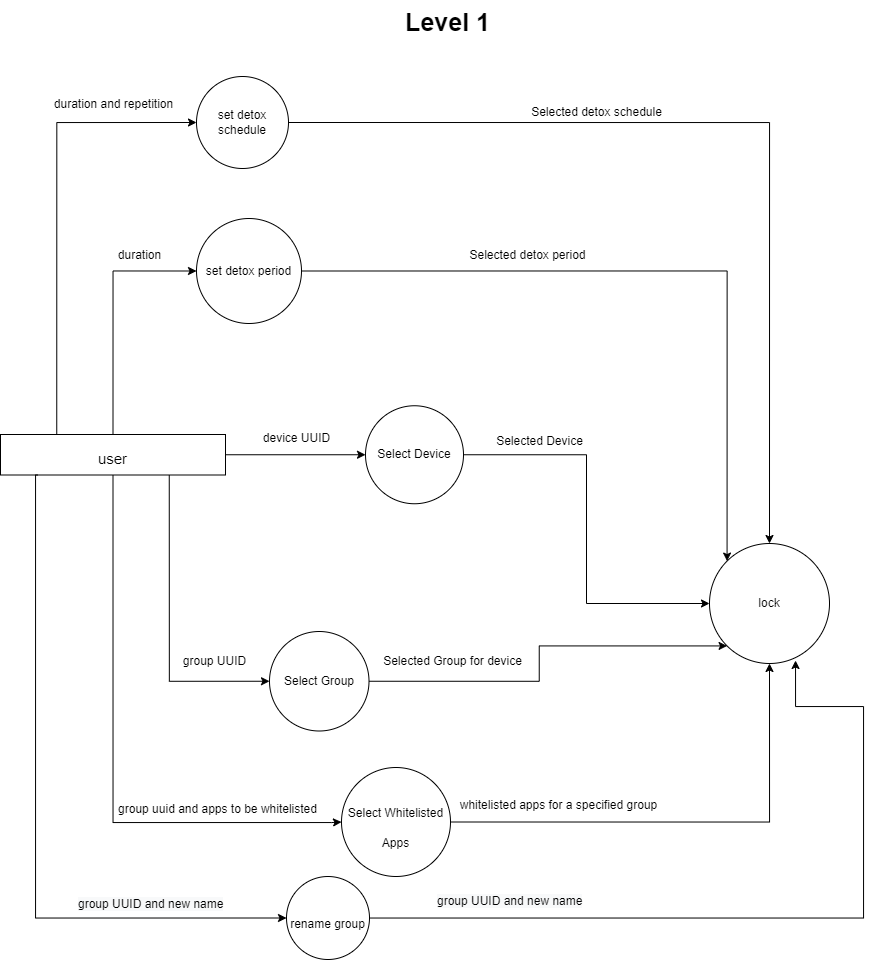
This is SRS/imgs/DFD-Data Flow Diagram level 1.drawio.png from mohamed-sallam/awb-docs, a draw.io export, as it was before one commit. Source tidied: cells renumbered, new cells last; positions are measured from the earlier drawing's top-left corner, leaving out a move shared by most shapes. The source it was exported from:
```xml
<mxGraphModel>
  <root>
    <mxCell id="0" />
    <mxCell id="1" parent="0" />
    <mxCell id="2" style="edgeStyle=orthogonalEdgeStyle;rounded=0;jettySize=auto;html=1;exitX=0.5;exitY=1;exitDx=0;exitDy=0;entryX=0;entryY=0.5;entryDx=0;entryDy=0;fontSize=12;" parent="1" edge="1" source="7" target="9">
      <mxGeometry relative="1" as="geometry">
        <Array as="points">
          <mxPoint x="113" y="822" />
          <mxPoint x="331" y="822" />
        </Array>
      </mxGeometry>
    </mxCell>
    <mxCell id="3" style="edgeStyle=orthogonalEdgeStyle;rounded=0;jettySize=auto;html=1;exitX=0.25;exitY=0;exitDx=0;exitDy=0;entryX=0;entryY=0.5;entryDx=0;entryDy=0;" parent="1" edge="1" source="7" target="16">
      <mxGeometry relative="1" as="geometry" />
    </mxCell>
    <mxCell id="4" style="edgeStyle=orthogonalEdgeStyle;rounded=0;jettySize=auto;html=1;exitX=0.5;exitY=0;exitDx=0;exitDy=0;entryX=0;entryY=0.5;entryDx=0;entryDy=0;" parent="1" edge="1" source="7" target="13">
      <mxGeometry relative="1" as="geometry" />
    </mxCell>
    <mxCell id="5" style="edgeStyle=orthogonalEdgeStyle;rounded=0;jettySize=auto;html=1;exitX=1;exitY=0.5;exitDx=0;exitDy=0;entryX=0;entryY=0.5;entryDx=0;entryDy=0;" parent="1" edge="1" source="7" target="21">
      <mxGeometry relative="1" as="geometry" />
    </mxCell>
    <mxCell id="6" style="edgeStyle=orthogonalEdgeStyle;rounded=0;jettySize=auto;html=1;exitX=0.75;exitY=1;exitDx=0;exitDy=0;entryX=0;entryY=0.5;entryDx=0;entryDy=0;" parent="1" edge="1" source="7" target="25">
      <mxGeometry relative="1" as="geometry" />
    </mxCell>
    <mxCell id="7" value="&lt;font style=&quot;font-size: 15px;&quot;&gt;user&lt;/font&gt;" style="rounded=0;whiteSpace=wrap;html=1;fontSize=25;" parent="1" vertex="1">
      <mxGeometry y="434" width="225" height="40.5" as="geometry" />
    </mxCell>
    <mxCell id="8" style="edgeStyle=orthogonalEdgeStyle;rounded=0;jettySize=auto;html=1;exitX=1;exitY=0.5;exitDx=0;exitDy=0;entryX=0.5;entryY=1;entryDx=0;entryDy=0;" parent="1" edge="1" source="9" target="11">
      <mxGeometry relative="1" as="geometry" />
    </mxCell>
    <mxCell id="9" value="&lt;span style=&quot;font-size: 12px;&quot;&gt;Select Whitelisted Apps&lt;/span&gt;" style="ellipse;whiteSpace=wrap;html=1;fontSize=25;align=center;" parent="1" vertex="1">
      <mxGeometry x="341" y="767" width="109" height="109" as="geometry" />
    </mxCell>
    <mxCell id="10" value="group uuid and apps to be whitelisted" style="text;html=1;align=center;verticalAlign=middle;strokeColor=none;fillColor=none;fontSize=12;" parent="1" vertex="1">
      <mxGeometry x="108" y="796" width="217" height="26" as="geometry" />
    </mxCell>
    <mxCell id="11" value="lock" style="ellipse;whiteSpace=wrap;html=1;fontSize=12;" parent="1" vertex="1">
      <mxGeometry x="709" y="543" width="120" height="120" as="geometry" />
    </mxCell>
    <mxCell id="12" style="edgeStyle=orthogonalEdgeStyle;rounded=0;jettySize=auto;html=1;exitX=1;exitY=0.5;exitDx=0;exitDy=0;entryX=0;entryY=0;entryDx=0;entryDy=0;" parent="1" edge="1" source="13" target="11">
      <mxGeometry relative="1" as="geometry" />
    </mxCell>
    <mxCell id="13" value="set detox period" style="ellipse;whiteSpace=wrap;html=1;fontSize=12;" parent="1" vertex="1">
      <mxGeometry x="196" y="218" width="105" height="105" as="geometry" />
    </mxCell>
    <mxCell id="14" value="whitelisted apps for a specified group" style="text;html=1;align=center;verticalAlign=middle;strokeColor=none;fillColor=none;fontSize=12;" parent="1" vertex="1">
      <mxGeometry x="450" y="792" width="215" height="26" as="geometry" />
    </mxCell>
    <mxCell id="15" style="edgeStyle=orthogonalEdgeStyle;rounded=0;jettySize=auto;html=1;exitX=1;exitY=0.5;exitDx=0;exitDy=0;entryX=0.5;entryY=0;entryDx=0;entryDy=0;" parent="1" edge="1" source="16" target="11">
      <mxGeometry relative="1" as="geometry" />
    </mxCell>
    <mxCell id="16" value="set detox schedule" style="ellipse;whiteSpace=wrap;html=1;fontSize=12;" parent="1" vertex="1">
      <mxGeometry x="196" y="76" width="92" height="92" as="geometry" />
    </mxCell>
    <mxCell id="17" value="&lt;b&gt;&lt;font style=&quot;font-size: 25px;&quot;&gt;Level 1&lt;/font&gt;&lt;/b&gt;" style="text;html=1;align=center;verticalAlign=middle;strokeColor=none;fillColor=none;" parent="1" vertex="1">
      <mxGeometry x="395" width="103" height="42" as="geometry" />
    </mxCell>
    <mxCell id="18" value="duration and repetition" style="text;html=1;align=center;verticalAlign=middle;strokeColor=none;fillColor=none;fontSize=12;" parent="1" vertex="1">
      <mxGeometry x="44" y="91" width="137" height="26" as="geometry" />
    </mxCell>
    <mxCell id="19" value="duration" style="text;html=1;align=center;verticalAlign=middle;strokeColor=none;fillColor=none;fontSize=12;" parent="1" vertex="1">
      <mxGeometry x="108" y="242" width="61" height="26" as="geometry" />
    </mxCell>
    <mxCell id="20" style="edgeStyle=orthogonalEdgeStyle;rounded=0;jettySize=auto;html=1;exitX=1;exitY=0.5;exitDx=0;exitDy=0;entryX=0;entryY=0.5;entryDx=0;entryDy=0;" parent="1" edge="1" source="21" target="11">
      <mxGeometry relative="1" as="geometry" />
    </mxCell>
    <mxCell id="21" value="Select Device" style="ellipse;whiteSpace=wrap;html=1;fontSize=12;" parent="1" vertex="1">
      <mxGeometry x="365" y="405.2" width="98" height="98" as="geometry" />
    </mxCell>
    <mxCell id="22" value="device UUID" style="text;html=1;align=center;verticalAlign=middle;strokeColor=none;fillColor=none;fontSize=12;" parent="1" vertex="1">
      <mxGeometry x="253" y="425" width="85" height="26" as="geometry" />
    </mxCell>
    <mxCell id="23" value="Selected Device" style="text;html=1;align=center;verticalAlign=middle;strokeColor=none;fillColor=none;fontSize=12;" parent="1" vertex="1">
      <mxGeometry x="486" y="428.2" width="105" height="26" as="geometry" />
    </mxCell>
    <mxCell id="24" style="edgeStyle=orthogonalEdgeStyle;rounded=0;jettySize=auto;html=1;exitX=1;exitY=0.5;exitDx=0;exitDy=0;entryX=0;entryY=1;entryDx=0;entryDy=0;" parent="1" edge="1" source="25" target="11">
      <mxGeometry relative="1" as="geometry" />
    </mxCell>
    <mxCell id="25" value="Select Group" style="ellipse;whiteSpace=wrap;html=1;fontSize=12;" parent="1" vertex="1">
      <mxGeometry x="269" y="631" width="99.5" height="99.5" as="geometry" />
    </mxCell>
    <mxCell id="26" value="group UUID" style="text;html=1;align=center;verticalAlign=middle;strokeColor=none;fillColor=none;fontSize=12;" parent="1" vertex="1">
      <mxGeometry x="174" y="648" width="81" height="26" as="geometry" />
    </mxCell>
    <mxCell id="27" value="Selected Group for device" style="text;html=1;align=center;verticalAlign=middle;strokeColor=none;fillColor=none;fontSize=12;" parent="1" vertex="1">
      <mxGeometry x="373.2" y="648" width="157" height="26" as="geometry" />
    </mxCell>
    <mxCell id="28" value="Selected detox period" style="text;html=1;align=center;verticalAlign=middle;strokeColor=none;fillColor=none;fontSize=12;" parent="1" vertex="1">
      <mxGeometry x="460" y="242" width="134" height="26" as="geometry" />
    </mxCell>
    <mxCell id="29" value="Selected detox schedule" style="text;html=1;align=center;verticalAlign=middle;strokeColor=none;fillColor=none;fontSize=12;" parent="1" vertex="1">
      <mxGeometry x="521" y="99" width="149" height="26" as="geometry" />
    </mxCell>
    <mxCell id="30" style="edgeStyle=orthogonalEdgeStyle;rounded=0;jettySize=auto;html=1;entryX=0;entryY=0.5;entryDx=0;entryDy=0;" parent="1" edge="1" target="32">
      <mxGeometry relative="1" as="geometry">
        <mxPoint x="37" y="474.5" as="sourcePoint" />
        <Array as="points">
          <mxPoint x="35" y="475" />
          <mxPoint x="35" y="918" />
        </Array>
      </mxGeometry>
    </mxCell>
    <mxCell id="31" style="edgeStyle=orthogonalEdgeStyle;rounded=0;jettySize=auto;html=1;entryX=0.717;entryY=0.975;entryDx=0;entryDy=0;entryPerimeter=0;" parent="1" edge="1" source="32" target="11">
      <mxGeometry relative="1" as="geometry">
        <Array as="points">
          <mxPoint x="863" y="918" />
          <mxPoint x="863" y="706" />
          <mxPoint x="795" y="706" />
        </Array>
      </mxGeometry>
    </mxCell>
    <mxCell id="32" value="&lt;span style=&quot;font-size: 12px;&quot;&gt;rename group&lt;/span&gt;" style="ellipse;whiteSpace=wrap;html=1;fontSize=25;align=center;" parent="1" vertex="1">
      <mxGeometry x="286" y="876" width="83" height="83" as="geometry" />
    </mxCell>
    <mxCell id="33" value="&lt;span style=&quot;color: rgb(0, 0, 0); font-family: Helvetica; font-size: 12px; font-style: normal; font-variant-ligatures: normal; font-variant-caps: normal; font-weight: 400; letter-spacing: normal; orphans: 2; text-align: center; text-indent: 0px; text-transform: none; widows: 2; word-spacing: 0px; -webkit-text-stroke-width: 0px; background-color: rgb(248, 249, 250); text-decoration-thickness: initial; text-decoration-style: initial; text-decoration-color: initial; float: none; display: inline !important;&quot;&gt;group UUID and new name&lt;/span&gt;" style="text;whiteSpace=wrap;html=1;" parent="1" vertex="1">
      <mxGeometry x="76" y="890" width="164" height="36" as="geometry" />
    </mxCell>
    <mxCell id="34" value="&lt;span style=&quot;color: rgb(0, 0, 0); font-family: Helvetica; font-size: 12px; font-style: normal; font-variant-ligatures: normal; font-variant-caps: normal; font-weight: 400; letter-spacing: normal; orphans: 2; text-align: center; text-indent: 0px; text-transform: none; widows: 2; word-spacing: 0px; -webkit-text-stroke-width: 0px; background-color: rgb(248, 249, 250); text-decoration-thickness: initial; text-decoration-style: initial; text-decoration-color: initial; float: none; display: inline !important;&quot;&gt;group UUID and new name&lt;/span&gt;" style="text;whiteSpace=wrap;html=1;" parent="1" vertex="1">
      <mxGeometry x="435" y="887" width="163" height="36" as="geometry" />
    </mxCell>
  </root>
</mxGraphModel>
```
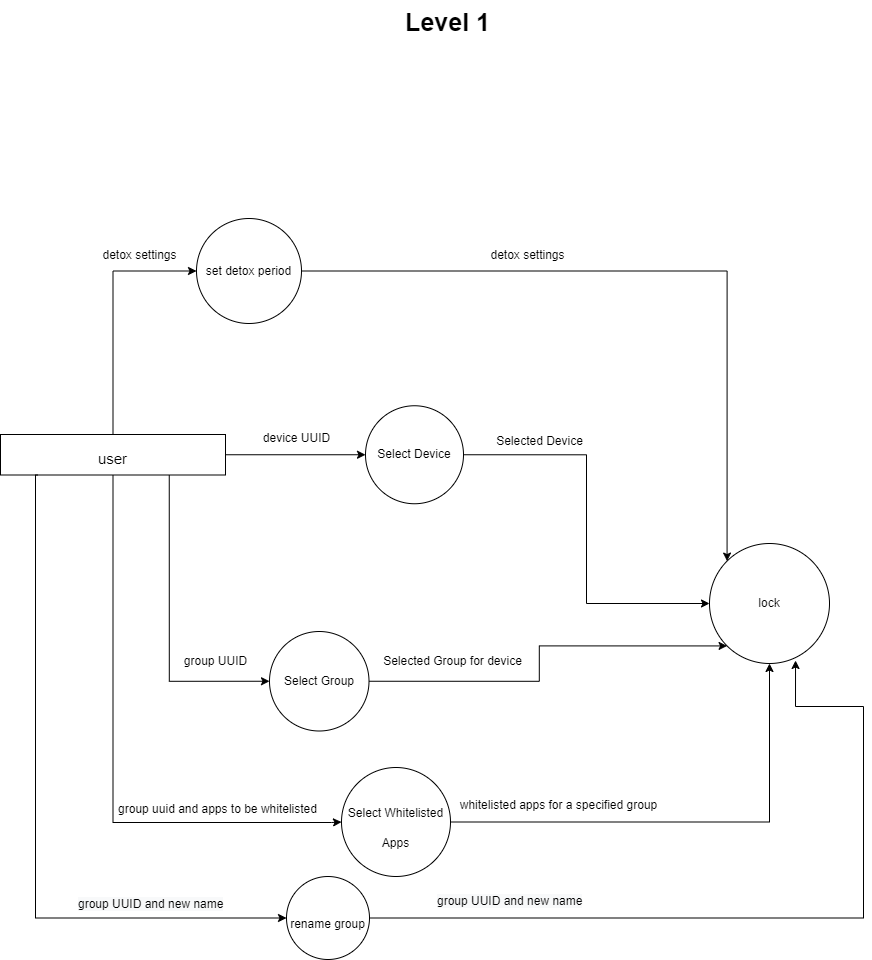
Later version of the same file.

Commit message:
srs/diagram/39/refactor_data_flow_diagram: slight changes to names

The edit, as a diff of the source:
```diff
@@ -10,9 +10,6 @@
         </Array>
       </mxGeometry>
     </mxCell>
-    <mxCell id="3" style="edgeStyle=orthogonalEdgeStyle;rounded=0;jettySize=auto;html=1;exitX=0.25;exitY=0;exitDx=0;exitDy=0;entryX=0;entryY=0.5;entryDx=0;entryDy=0;" parent="1" edge="1" source="7" target="16">
-      <mxGeometry relative="1" as="geometry" />
-    </mxCell>
     <mxCell id="4" style="edgeStyle=orthogonalEdgeStyle;rounded=0;jettySize=auto;html=1;exitX=0.5;exitY=0;exitDx=0;exitDy=0;entryX=0;entryY=0.5;entryDx=0;entryDy=0;" parent="1" edge="1" source="7" target="13">
       <mxGeometry relative="1" as="geometry" />
     </mxCell>
@@ -46,20 +43,11 @@
     <mxCell id="14" value="whitelisted apps for a specified group" style="text;html=1;align=center;verticalAlign=middle;strokeColor=none;fillColor=none;fontSize=12;" parent="1" vertex="1">
       <mxGeometry x="450" y="792" width="215" height="26" as="geometry" />
     </mxCell>
-    <mxCell id="15" style="edgeStyle=orthogonalEdgeStyle;rounded=0;jettySize=auto;html=1;exitX=1;exitY=0.5;exitDx=0;exitDy=0;entryX=0.5;entryY=0;entryDx=0;entryDy=0;" parent="1" edge="1" source="16" target="11">
-      <mxGeometry relative="1" as="geometry" />
-    </mxCell>
-    <mxCell id="16" value="set detox schedule" style="ellipse;whiteSpace=wrap;html=1;fontSize=12;" parent="1" vertex="1">
-      <mxGeometry x="196" y="76" width="92" height="92" as="geometry" />
-    </mxCell>
     <mxCell id="17" value="&lt;b&gt;&lt;font style=&quot;font-size: 25px;&quot;&gt;Level 1&lt;/font&gt;&lt;/b&gt;" style="text;html=1;align=center;verticalAlign=middle;strokeColor=none;fillColor=none;" parent="1" vertex="1">
       <mxGeometry x="395" width="103" height="42" as="geometry" />
     </mxCell>
-    <mxCell id="18" value="duration and repetition" style="text;html=1;align=center;verticalAlign=middle;strokeColor=none;fillColor=none;fontSize=12;" parent="1" vertex="1">
-      <mxGeometry x="44" y="91" width="137" height="26" as="geometry" />
-    </mxCell>
-    <mxCell id="19" value="duration" style="text;html=1;align=center;verticalAlign=middle;strokeColor=none;fillColor=none;fontSize=12;" parent="1" vertex="1">
-      <mxGeometry x="108" y="242" width="61" height="26" as="geometry" />
+    <mxCell id="19" value="detox settings" style="text;html=1;align=center;verticalAlign=middle;strokeColor=none;fillColor=none;fontSize=12;" parent="1" vertex="1">
+      <mxGeometry x="89" y="240" width="100" height="30" as="geometry" />
     </mxCell>
     <mxCell id="20" style="edgeStyle=orthogonalEdgeStyle;rounded=0;jettySize=auto;html=1;exitX=1;exitY=0.5;exitDx=0;exitDy=0;entryX=0;entryY=0.5;entryDx=0;entryDy=0;" parent="1" edge="1" source="21" target="11">
       <mxGeometry relative="1" as="geometry" />
@@ -85,12 +73,9 @@
     <mxCell id="27" value="Selected Group for device" style="text;html=1;align=center;verticalAlign=middle;strokeColor=none;fillColor=none;fontSize=12;" parent="1" vertex="1">
       <mxGeometry x="373.2" y="648" width="157" height="26" as="geometry" />
     </mxCell>
-    <mxCell id="28" value="Selected detox period" style="text;html=1;align=center;verticalAlign=middle;strokeColor=none;fillColor=none;fontSize=12;" parent="1" vertex="1">
-      <mxGeometry x="460" y="242" width="134" height="26" as="geometry" />
+    <mxCell id="28" value="detox settings" style="text;html=1;align=center;verticalAlign=middle;strokeColor=none;fillColor=none;fontSize=12;" parent="1" vertex="1">
+      <mxGeometry x="477" y="240" width="100" height="30" as="geometry" />
     </mxCell>
-    <mxCell id="29" value="Selected detox schedule" style="text;html=1;align=center;verticalAlign=middle;strokeColor=none;fillColor=none;fontSize=12;" parent="1" vertex="1">
-      <mxGeometry x="521" y="99" width="149" height="26" as="geometry" />
-    </mxCell>
     <mxCell id="30" style="edgeStyle=orthogonalEdgeStyle;rounded=0;jettySize=auto;html=1;entryX=0;entryY=0.5;entryDx=0;entryDy=0;" parent="1" edge="1" target="32">
       <mxGeometry relative="1" as="geometry">
         <mxPoint x="37" y="474.5" as="sourcePoint" />
```
